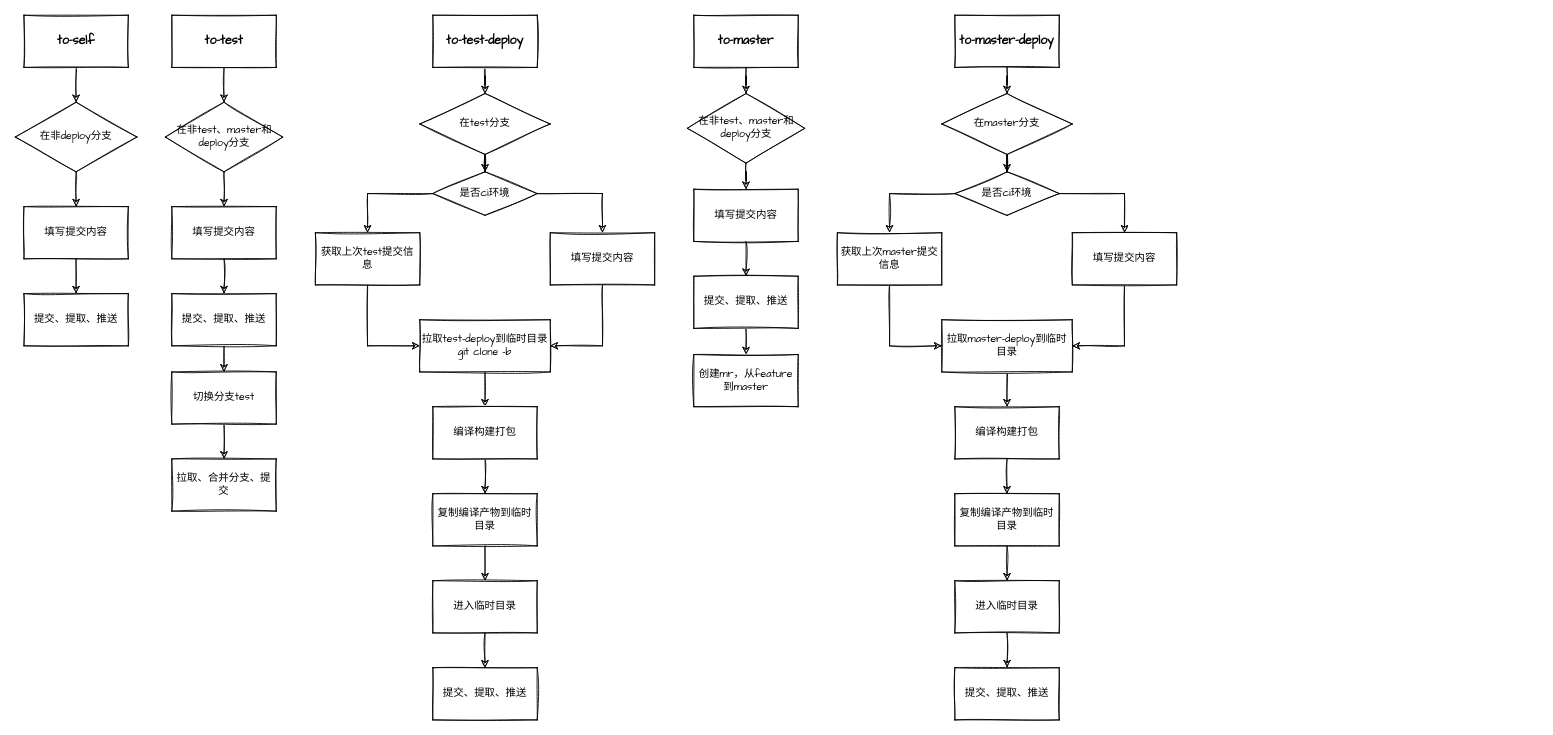
ben-lau/task-workflow keeps this draw.io diagram as doc.drawio. Above is the earlier version. Source tidied: cells renumbered, new cells numbered last; positions are measured from the earlier drawing's top-left corner, leaving out a move shared by most shapes. Both pictures are drawn from the tidied source at 87%, with x=0, y=0 at pixel (15, 15).
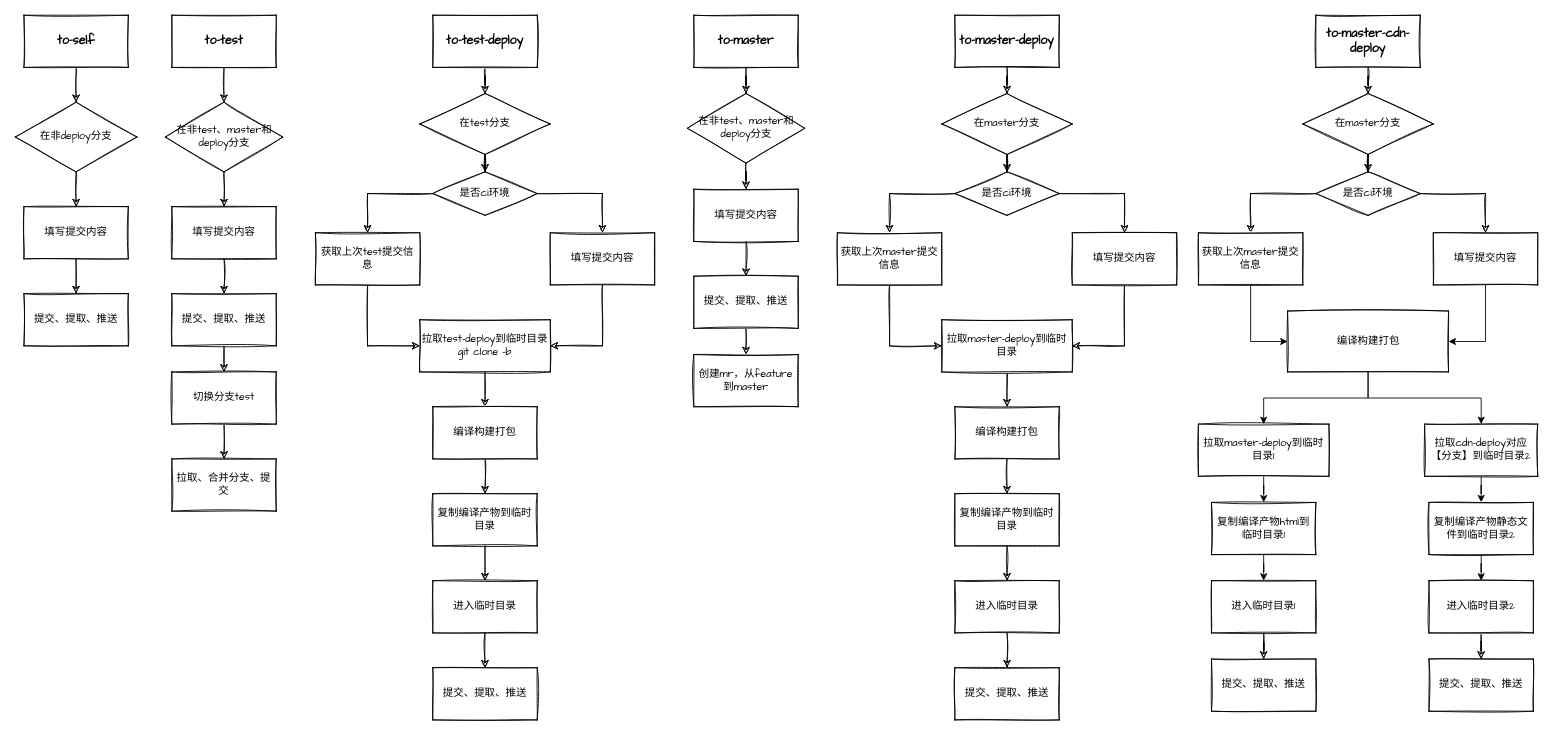
Above is the later version.

Commit message (it also covers changes not shown here):
feat: 更新流程图和一些配置

The edit, as a diff of the source:
```diff
@@
+    <mxCell id="69" style="edgeStyle=orthogonalEdgeStyle;rounded=0;jettySize=auto;html=1;sketch=1;fontFamily=Comic Sans MS;verticalAlign=middle;horizontal=1;labelBorderColor=none;" parent="1" edge="1" source="70" target="82">
+      <mxGeometry relative="1" as="geometry" />
+    </mxCell>
+    <mxCell id="70" value="&lt;font style=&quot;font-size: 14px&quot;&gt;&lt;b&gt;to-master-cdn-deploy&lt;br&gt;&lt;/b&gt;&lt;/font&gt;" style="rounded=0;whiteSpace=wrap;html=1;sketch=1;fontFamily=Comic Sans MS;verticalAlign=middle;horizontal=1;labelBorderColor=none;" parent="1" vertex="1">
+      <mxGeometry x="1495" width="120" height="60" as="geometry" />
+    </mxCell>
+    <mxCell id="71" style="edgeStyle=orthogonalEdgeStyle;rounded=0;jettySize=auto;html=1;sketch=1;fontFamily=Comic Sans MS;verticalAlign=middle;horizontal=1;labelBorderColor=none;" parent="1" edge="1" source="73" target="75">
+      <mxGeometry relative="1" as="geometry" />
+    </mxCell>
+    <mxCell id="72" style="edgeStyle=orthogonalEdgeStyle;rounded=0;jettySize=auto;html=1;sketch=1;fontFamily=Comic Sans MS;verticalAlign=middle;horizontal=1;labelBorderColor=none;" parent="1" edge="1" source="73" target="77">
+      <mxGeometry relative="1" as="geometry" />
+    </mxCell>
+    <mxCell id="73" value="是否ci环境" style="rhombus;whiteSpace=wrap;html=1;sketch=1;fontFamily=Comic Sans MS;verticalAlign=middle;horizontal=1;labelBorderColor=none;" parent="1" vertex="1">
+      <mxGeometry x="1495" y="180" width="120" height="50" as="geometry" />
+    </mxCell>
+    <mxCell id="74" style="edgeStyle=orthogonalEdgeStyle;rounded=0;jettySize=auto;html=1;entryX=0;entryY=0.5;entryDx=0;entryDy=0;" parent="1" edge="1" source="75" target="102">
+      <mxGeometry relative="1" as="geometry" />
+    </mxCell>
+    <mxCell id="75" value="获取上次master提交信息" style="rounded=0;whiteSpace=wrap;html=1;sketch=1;fontFamily=Comic Sans MS;verticalAlign=middle;horizontal=1;labelBorderColor=none;" parent="1" vertex="1">
+      <mxGeometry x="1360" y="250" width="120" height="60" as="geometry" />
+    </mxCell>
+    <mxCell id="76" style="edgeStyle=orthogonalEdgeStyle;rounded=0;jettySize=auto;html=1;entryX=1;entryY=0.5;entryDx=0;entryDy=0;" parent="1" edge="1" source="77" target="102">
+      <mxGeometry relative="1" as="geometry" />
+    </mxCell>
+    <mxCell id="77" value="填写提交内容" style="rounded=0;whiteSpace=wrap;html=1;sketch=1;fontFamily=Comic Sans MS;verticalAlign=middle;horizontal=1;labelBorderColor=none;" parent="1" vertex="1">
+      <mxGeometry x="1630" y="250" width="120" height="60" as="geometry" />
+    </mxCell>
+    <mxCell id="78" style="edgeStyle=orthogonalEdgeStyle;rounded=0;orthogonalLoop=1;jettySize=auto;html=1;exitX=0.5;exitY=1;exitDx=0;exitDy=0;entryX=0.5;entryY=0;entryDx=0;entryDy=0;" parent="1" edge="1">
+      <mxGeometry relative="1" as="geometry">
+        <mxPoint x="1555" y="410" as="sourcePoint" />
+      </mxGeometry>
+    </mxCell>
+    <mxCell id="79" style="edgeStyle=orthogonalEdgeStyle;rounded=0;orthogonalLoop=1;jettySize=auto;html=1;sketch=1;fontFamily=Comic Sans MS;verticalAlign=middle;horizontal=1;labelBorderColor=none;" parent="1" edge="1">
+      <mxGeometry relative="1" as="geometry">
+        <mxPoint x="1555" y="620" as="targetPoint" />
+      </mxGeometry>
+    </mxCell>
+    <mxCell id="80" style="edgeStyle=orthogonalEdgeStyle;rounded=0;orthogonalLoop=1;jettySize=auto;html=1;" parent="1" edge="1">
+      <mxGeometry relative="1" as="geometry">
+        <mxPoint x="1555" y="710" as="targetPoint" />
+      </mxGeometry>
+    </mxCell>
+    <mxCell id="81" style="edgeStyle=orthogonalEdgeStyle;rounded=0;jettySize=auto;html=1;sketch=1;fontFamily=Comic Sans MS;verticalAlign=middle;horizontal=1;labelBorderColor=none;" parent="1" edge="1" source="82" target="73">
+      <mxGeometry relative="1" as="geometry" />
+    </mxCell>
+    <mxCell id="82" value="在master分支" style="rhombus;whiteSpace=wrap;html=1;sketch=1;fontFamily=Comic Sans MS;verticalAlign=middle;horizontal=1;labelBorderColor=none;" parent="1" vertex="1">
+      <mxGeometry x="1480" y="90" width="150" height="70" as="geometry" />
+    </mxCell>
+    <mxCell id="83" style="edgeStyle=orthogonalEdgeStyle;rounded=0;orthogonalLoop=1;jettySize=auto;html=1;sketch=1;fontFamily=Comic Sans MS;verticalAlign=middle;horizontal=1;labelBorderColor=none;" parent="1" edge="1">
+      <mxGeometry relative="1" as="geometry">
+        <mxPoint x="1555" y="890" as="targetPoint" />
+      </mxGeometry>
+    </mxCell>
+    <mxCell id="84" style="edgeStyle=orthogonalEdgeStyle;rounded=0;orthogonalLoop=1;jettySize=auto;html=1;" parent="1" edge="1">
+      <mxGeometry relative="1" as="geometry">
+        <mxPoint x="1555" y="530" as="targetPoint" />
+      </mxGeometry>
+    </mxCell>
+    <mxCell id="85" style="edgeStyle=orthogonalEdgeStyle;rounded=0;orthogonalLoop=1;jettySize=auto;html=1;" parent="1" edge="1">
+      <mxGeometry relative="1" as="geometry">
+        <mxPoint x="1555" y="800" as="targetPoint" />
+      </mxGeometry>
+    </mxCell>
+    <mxCell id="86" style="edgeStyle=orthogonalEdgeStyle;rounded=0;jettySize=auto;html=1;" parent="1" edge="1" source="87" target="89">
+      <mxGeometry relative="1" as="geometry" />
+    </mxCell>
+    <mxCell id="87" value="拉取master-deploy到临时目录1" style="rounded=0;whiteSpace=wrap;html=1;sketch=1;fontFamily=Comic Sans MS;verticalAlign=middle;horizontal=1;labelBorderColor=none;" parent="1" vertex="1">
+      <mxGeometry x="1360" y="470" width="150" height="60" as="geometry" />
+    </mxCell>
+    <mxCell id="88" style="edgeStyle=orthogonalEdgeStyle;rounded=0;jettySize=auto;html=1;" parent="1" edge="1" source="89" target="92">
+      <mxGeometry relative="1" as="geometry" />
+    </mxCell>
+    <mxCell id="89" value="复制编译产物html到临时目录1" style="rounded=0;whiteSpace=wrap;html=1;sketch=1;fontFamily=Comic Sans MS;verticalAlign=middle;horizontal=1;labelBorderColor=none;" parent="1" vertex="1">
+      <mxGeometry x="1375" y="560" width="120" height="60" as="geometry" />
+    </mxCell>
+    <mxCell id="90" value="提交、提取、推送" style="rounded=0;whiteSpace=wrap;html=1;sketch=1;fontFamily=Comic Sans MS;verticalAlign=middle;horizontal=1;labelBorderColor=none;" parent="1" vertex="1">
+      <mxGeometry x="1375" y="740" width="120" height="60" as="geometry" />
+    </mxCell>
+    <mxCell id="91" style="edgeStyle=orthogonalEdgeStyle;rounded=0;jettySize=auto;html=1;sketch=1;fontFamily=Comic Sans MS;verticalAlign=middle;horizontal=1;labelBorderColor=none;" parent="1" edge="1" source="92" target="90">
+      <mxGeometry relative="1" as="geometry" />
+    </mxCell>
+    <mxCell id="92" value="进入临时目录1" style="rounded=0;whiteSpace=wrap;html=1;sketch=1;fontFamily=Comic Sans MS;verticalAlign=middle;horizontal=1;labelBorderColor=none;" parent="1" vertex="1">
+      <mxGeometry x="1375" y="650" width="120" height="60" as="geometry" />
+    </mxCell>
+    <mxCell id="93" style="edgeStyle=orthogonalEdgeStyle;rounded=0;jettySize=auto;html=1;" parent="1" edge="1" source="94" target="96">
+      <mxGeometry relative="1" as="geometry" />
+    </mxCell>
+    <mxCell id="94" value="拉取cdn-deploy对应【分支】到临时目录2" style="rounded=0;whiteSpace=wrap;html=1;sketch=1;fontFamily=Comic Sans MS;verticalAlign=middle;horizontal=1;labelBorderColor=none;" parent="1" vertex="1">
+      <mxGeometry x="1620" y="470" width="130" height="60" as="geometry" />
+    </mxCell>
+    <mxCell id="95" style="edgeStyle=orthogonalEdgeStyle;rounded=0;jettySize=auto;html=1;" parent="1" edge="1" source="96" target="99">
+      <mxGeometry relative="1" as="geometry" />
+    </mxCell>
+    <mxCell id="96" value="复制编译产物静态文件到临时目录2" style="rounded=0;whiteSpace=wrap;html=1;sketch=1;fontFamily=Comic Sans MS;verticalAlign=middle;horizontal=1;labelBorderColor=none;" parent="1" vertex="1">
+      <mxGeometry x="1625" y="560" width="120" height="60" as="geometry" />
+    </mxCell>
+    <mxCell id="97" value="提交、提取、推送" style="rounded=0;whiteSpace=wrap;html=1;sketch=1;fontFamily=Comic Sans MS;verticalAlign=middle;horizontal=1;labelBorderColor=none;" parent="1" vertex="1">
+      <mxGeometry x="1625" y="740" width="120" height="60" as="geometry" />
+    </mxCell>
+    <mxCell id="98" style="edgeStyle=orthogonalEdgeStyle;rounded=0;jettySize=auto;html=1;sketch=1;fontFamily=Comic Sans MS;verticalAlign=middle;horizontal=1;labelBorderColor=none;" parent="1" edge="1" source="99" target="97">
+      <mxGeometry relative="1" as="geometry" />
+    </mxCell>
+    <mxCell id="99" value="进入临时目录2" style="rounded=0;whiteSpace=wrap;html=1;sketch=1;fontFamily=Comic Sans MS;verticalAlign=middle;horizontal=1;labelBorderColor=none;" parent="1" vertex="1">
+      <mxGeometry x="1625" y="650" width="120" height="60" as="geometry" />
+    </mxCell>
+    <mxCell id="100" style="edgeStyle=orthogonalEdgeStyle;rounded=0;jettySize=auto;html=1;entryX=0.5;entryY=0;entryDx=0;entryDy=0;" parent="1" edge="1" source="102" target="87">
+      <mxGeometry relative="1" as="geometry" />
+    </mxCell>
+    <mxCell id="101" style="edgeStyle=orthogonalEdgeStyle;rounded=0;jettySize=auto;html=1;" parent="1" edge="1" source="102" target="94">
+      <mxGeometry relative="1" as="geometry" />
+    </mxCell>
+    <mxCell id="102" value="编译构建打包" style="rounded=0;whiteSpace=wrap;html=1;sketch=1;fontFamily=Comic Sans MS;verticalAlign=middle;horizontal=1;labelBorderColor=none;" parent="1" vertex="1">
+      <mxGeometry x="1462.5" y="340" width="185" height="70" as="geometry" />
+    </mxCell>
```
